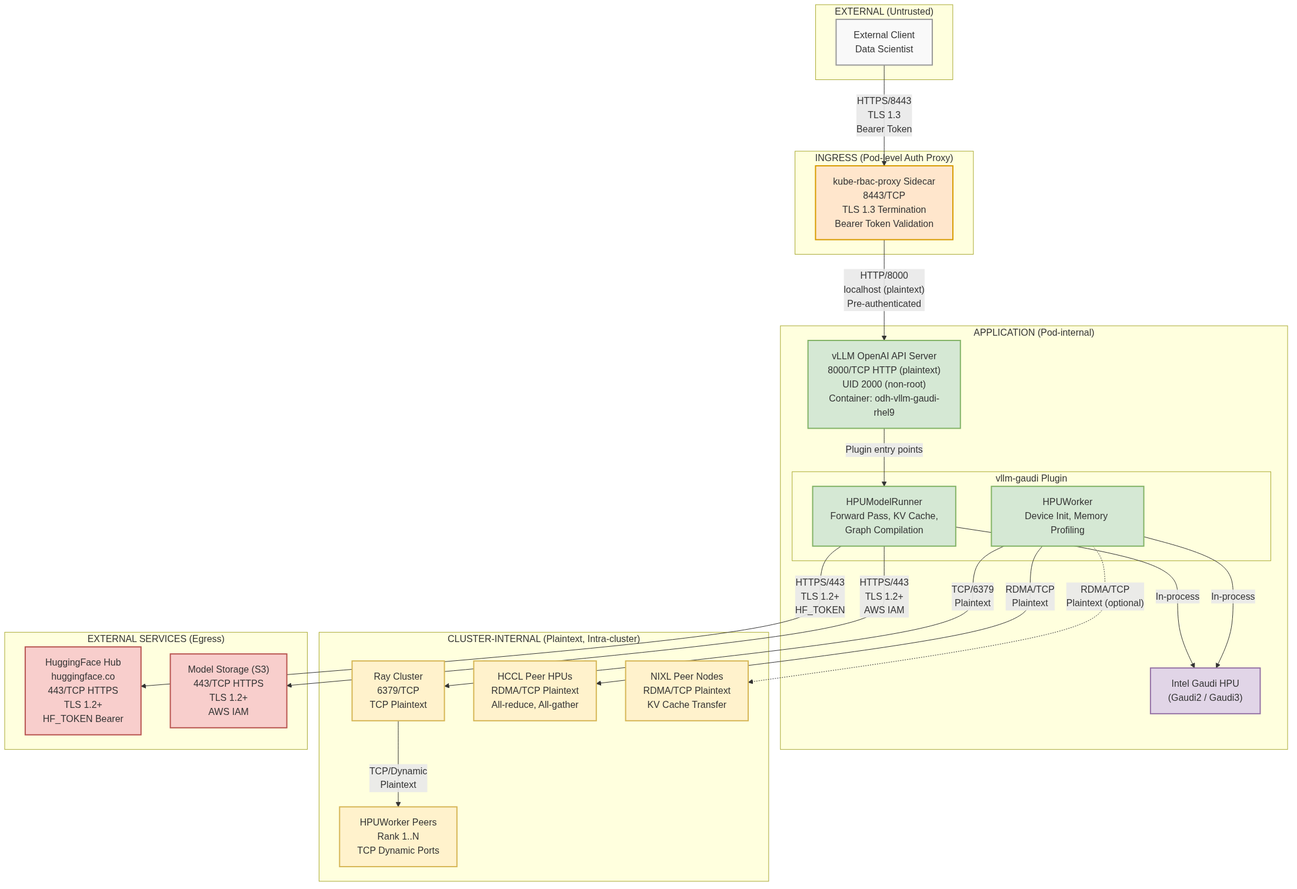
This is architecture/rhoai.next/diagrams/vllm-gaudi-security-network.png from rhuss/architecture-context, a Mermaid export, as it was before one commit. Its source is kept beside it as architecture/rhoai.next/diagrams/vllm-gaudi-security-network.mmd.
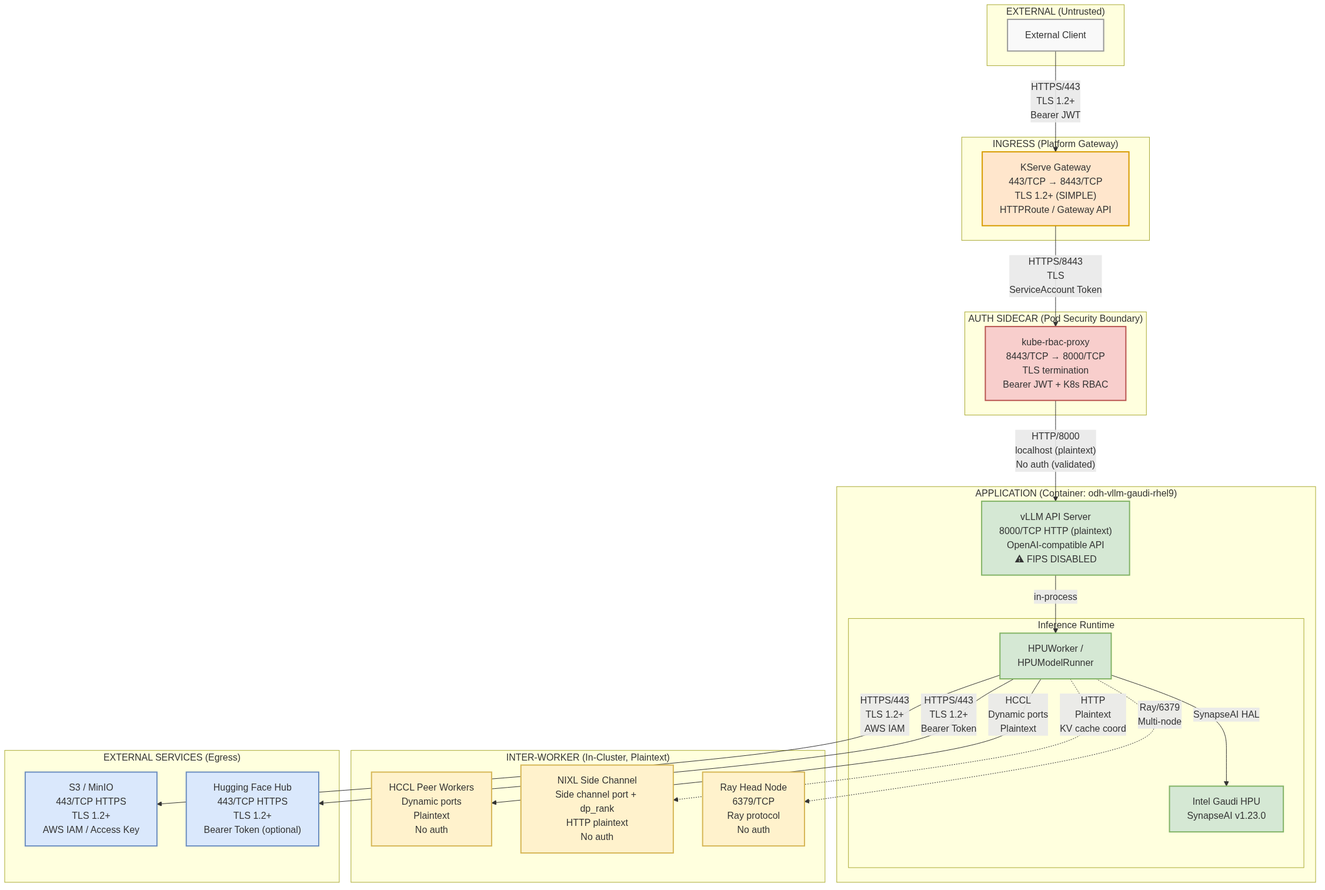
The same diagram one commit later.

What changed in the source:
```diff
@@ -1,61 +1,62 @@
 graph TB
     subgraph External["EXTERNAL (Untrusted)"]
-        Client["External Client<br/>Data Scientist"]
+        Client["External Client"]
     end
 
-    subgraph AuthProxy["INGRESS (Pod-level Auth Proxy)"]
-        KRBAC["kube-rbac-proxy Sidecar<br/>8443/TCP<br/>TLS 1.3 Termination<br/>Bearer Token Validation"]
+    subgraph Ingress["INGRESS (Platform Gateway)"]
+        Gateway["KServe Gateway<br/>443/TCP → 8443/TCP<br/>TLS 1.2+ (SIMPLE)<br/>HTTPRoute / Gateway API"]
     end
 
-    subgraph Application["APPLICATION (Pod-internal)"]
+    subgraph AuthBoundary["AUTH SIDECAR (Pod Security Boundary)"]
+        RBACProxy["kube-rbac-proxy<br/>8443/TCP → 8000/TCP<br/>TLS termination<br/>Bearer JWT + K8s RBAC"]
+    end
+
+    subgraph Application["APPLICATION (Container: odh-vllm-gaudi-rhel9)"]
         direction TB
-        vLLM["vLLM OpenAI API Server<br/>8000/TCP HTTP (plaintext)<br/>UID 2000 (non-root)<br/>Container: odh-vllm-gaudi-rhel9"]
 
-        subgraph PluginLayer["vllm-gaudi Plugin"]
-            Runner["HPUModelRunner<br/>Forward Pass, KV Cache,<br/>Graph Compilation"]
-            Worker["HPUWorker<br/>Device Init, Memory Profiling"]
+        APIServer["vLLM API Server<br/>8000/TCP HTTP (plaintext)<br/>OpenAI-compatible API<br/>⚠ FIPS DISABLED"]
+
+        subgraph Runtime["Inference Runtime"]
+            HPUWorker["HPUWorker /<br/>HPUModelRunner"]
+            GaudiDevice["Intel Gaudi HPU<br/>SynapseAI v1.23.0"]
         end
 
-        HPU["Intel Gaudi HPU<br/>(Gaudi2 / Gaudi3)"]
+        APIServer -->|in-process| HPUWorker
+        HPUWorker -->|SynapseAI HAL| GaudiDevice
     end
 
-    subgraph Distributed["CLUSTER-INTERNAL (Plaintext, Intra-cluster)"]
-        Ray["Ray Cluster<br/>6379/TCP<br/>TCP Plaintext"]
-        HCCL["HCCL Peer HPUs<br/>RDMA/TCP Plaintext<br/>All-reduce, All-gather"]
-        NIXL["NIXL Peer Nodes<br/>RDMA/TCP Plaintext<br/>KV Cache Transfer"]
-        Peers["HPUWorker Peers<br/>Rank 1..N<br/>TCP Dynamic Ports"]
+    subgraph InterWorker["INTER-WORKER (In-Cluster, Plaintext)"]
+        HCCL["HCCL Peer Workers<br/>Dynamic ports<br/>Plaintext<br/>No auth"]
+        NIXL["NIXL Side Channel<br/>Side channel port + dp_rank<br/>HTTP plaintext<br/>No auth"]
+        Ray["Ray Head Node<br/>6379/TCP<br/>Ray protocol<br/>No auth"]
     end
 
     subgraph ExternalServices["EXTERNAL SERVICES (Egress)"]
-        HF["HuggingFace Hub<br/>huggingface.co<br/>443/TCP HTTPS<br/>TLS 1.2+<br/>HF_TOKEN Bearer"]
-        S3["Model Storage (S3)<br/>443/TCP HTTPS<br/>TLS 1.2+<br/>AWS IAM"]
+        S3["S3 / MinIO<br/>443/TCP HTTPS<br/>TLS 1.2+<br/>AWS IAM / Access Key"]
+        HFHub["Hugging Face Hub<br/>443/TCP HTTPS<br/>TLS 1.2+<br/>Bearer Token (optional)"]
     end
 
-    Client -->|"HTTPS/8443<br/>TLS 1.3<br/>Bearer Token"| KRBAC
-    KRBAC -->|"HTTP/8000<br/>localhost (plaintext)<br/>Pre-authenticated"| vLLM
+    Client -->|"HTTPS/443<br/>TLS 1.2+<br/>Bearer JWT"| Gateway
+    Gateway -->|"HTTPS/8443<br/>TLS<br/>ServiceAccount Token"| RBACProxy
+    RBACProxy -->|"HTTP/8000<br/>localhost (plaintext)<br/>No auth (validated)"| APIServer
 
-    vLLM -->|"Plugin entry points"| Runner
-    Runner -->|"In-process"| HPU
-    Worker -->|"In-process"| HPU
+    HPUWorker -->|"HCCL<br/>Dynamic ports<br/>Plaintext"| HCCL
+    HPUWorker -.->|"HTTP<br/>Plaintext<br/>KV cache coord"| NIXL
+    HPUWorker -.->|"Ray/6379<br/>Multi-node"| Ray
 
-    Worker -->|"TCP/6379<br/>Plaintext"| Ray
-    Ray -->|"TCP/Dynamic<br/>Plaintext"| Peers
-    Worker -->|"RDMA/TCP<br/>Plaintext"| HCCL
-    Worker -.->|"RDMA/TCP<br/>Plaintext (optional)"| NIXL
-
-    Runner -->|"HTTPS/443<br/>TLS 1.2+<br/>HF_TOKEN"| HF
-    Runner -->|"HTTPS/443<br/>TLS 1.2+<br/>AWS IAM"| S3
+    HPUWorker -->|"HTTPS/443<br/>TLS 1.2+<br/>AWS IAM"| S3
+    HPUWorker -->|"HTTPS/443<br/>TLS 1.2+<br/>Bearer Token"| HFHub
 
     classDef external fill:#f9f9f9,stroke:#999,stroke-width:2px
-    classDef authproxy fill:#ffe6cc,stroke:#d79b00,stroke-width:2px
+    classDef ingress fill:#ffe6cc,stroke:#d79b00,stroke-width:2px
+    classDef auth fill:#f8cecc,stroke:#b85450,stroke-width:2px
     classDef application fill:#d5e8d4,stroke:#82b366,stroke-width:2px
-    classDef distributed fill:#fff2cc,stroke:#d6b656,stroke-width:2px
-    classDef externalservice fill:#f8cecc,stroke:#b85450,stroke-width:2px
-    classDef hardware fill:#e1d5e7,stroke:#9673a6,stroke-width:2px
+    classDef interworker fill:#fff2cc,stroke:#d6b656,stroke-width:2px
+    classDef externalservice fill:#dae8fc,stroke:#6c8ebf,stroke-width:2px
 
     class Client external
-    class KRBAC authproxy
-    class vLLM,Runner,Worker application
-    class HPU hardware
-    class Ray,HCCL,NIXL,Peers distributed
-    class HF,S3 externalservice
+    class Gateway ingress
+    class RBACProxy auth
+    class APIServer,HPUWorker,GaudiDevice application
+    class HCCL,NIXL,Ray interworker
+    class S3,HFHub externalservice
```
